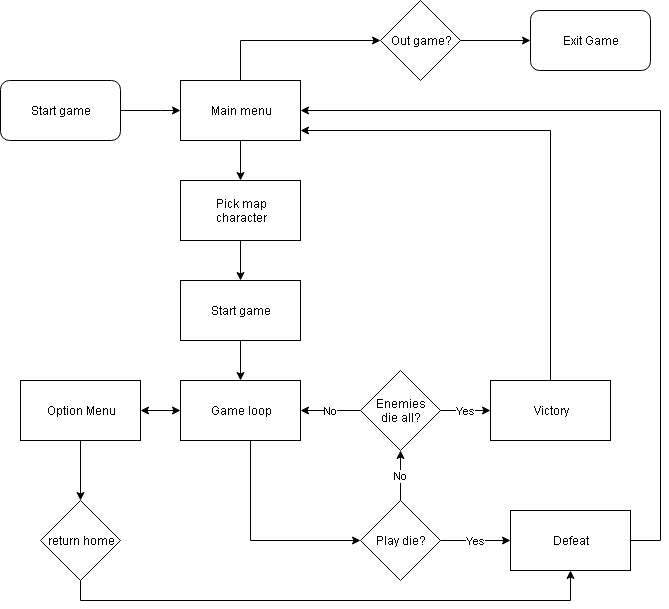
Before: Docs/GameLoop.png, a diagram exported from draw.io (khanhdrag9/Cocos2dx-ICG-ShooterTopDown). Source tidied: cells renumbered, new cells last; positions are measured from the earlier drawing's top-left corner, leaving out a move shared by most shapes.
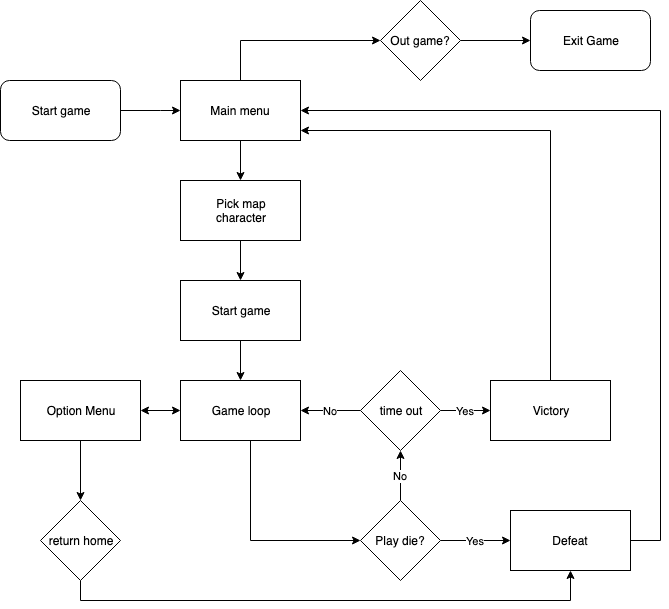
After the change.

Commit message:
+ added limit time

Diff of the diagram source:
```diff
@@ -92,7 +92,7 @@
     <mxCell id="25" value="No" style="edgeStyle=orthogonalEdgeStyle;rounded=0;jettySize=auto;html=1;" parent="1" edge="1" source="26" target="12">
       <mxGeometry relative="1" as="geometry" />
     </mxCell>
-    <mxCell id="26" value="Enemies&lt;br&gt;die all?&lt;br&gt;" style="rhombus;whiteSpace=wrap;html=1;" parent="1" vertex="1">
+    <mxCell id="26" value="time out" style="rhombus;whiteSpace=wrap;html=1;" parent="1" vertex="1">
       <mxGeometry x="360" y="370" width="80" height="80" as="geometry" />
     </mxCell>
     <mxCell id="27" style="edgeStyle=orthogonalEdgeStyle;rounded=0;jettySize=auto;html=1;" parent="1" edge="1" source="30" target="8">
```
